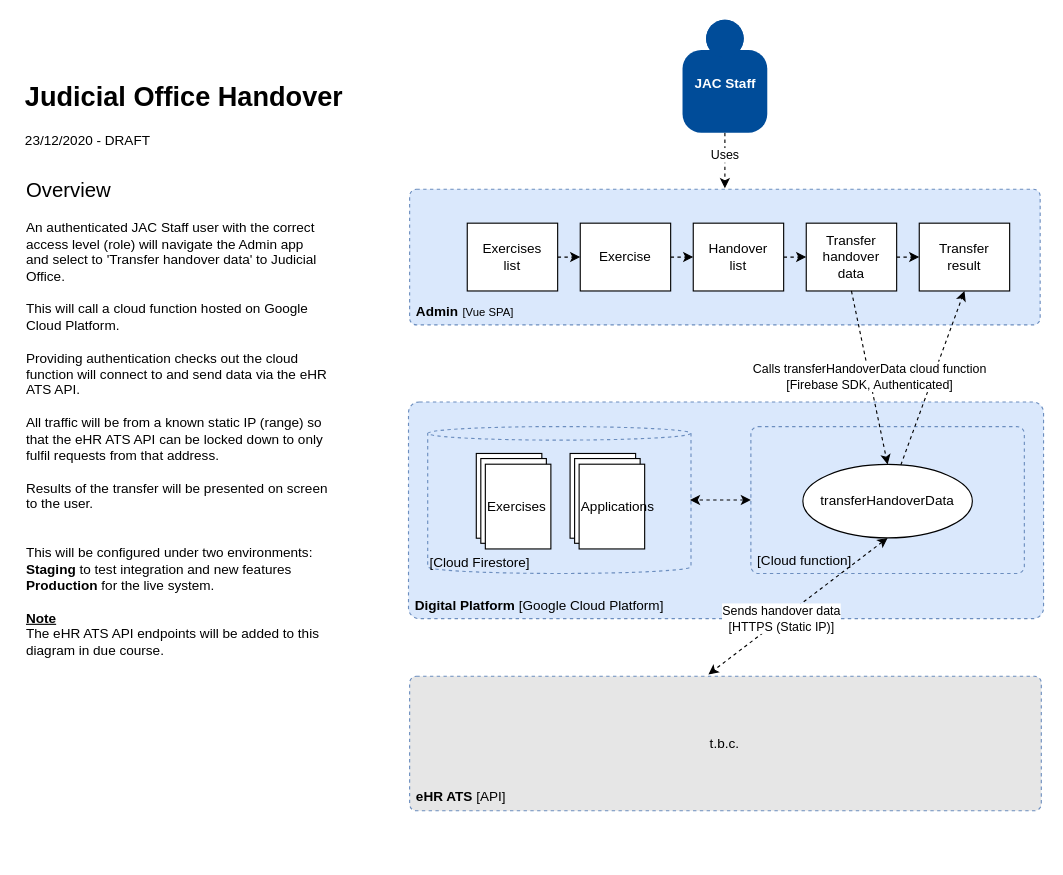
This is page "Component - JO Handover" (3 of 3) of docs/_diagrams/jac-digital-platform-architecture.drawio from jac-uk/documentation, a draw.io file, before an edit. Source tidied: cells renumbered, new cells numbered last; positions are measured from the earlier drawing's top-left corner, leaving out a move shared by most shapes. Both pictures are drawn from the tidied source at 113%, with x=0, y=0 at pixel (19, 19).
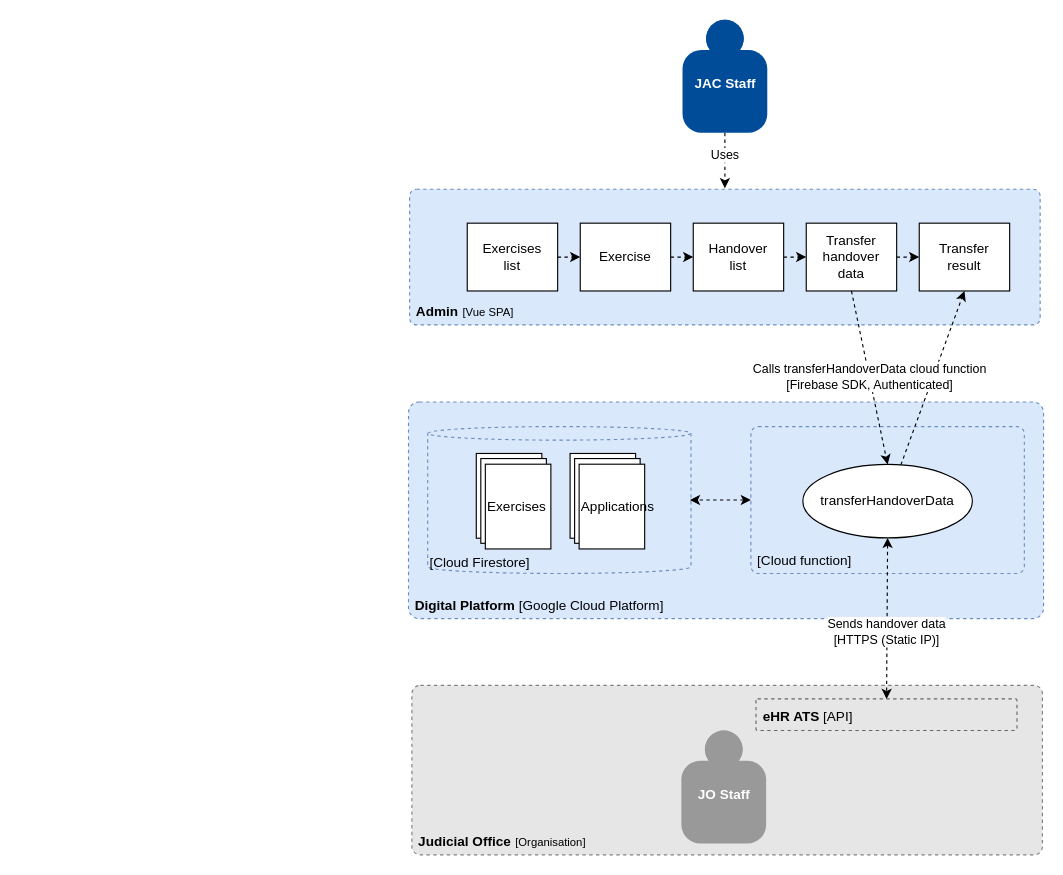
After the change.

The change refers to these unchanged cells:
```xml
<mxCell id="18" value="transferHandoverData" style="ellipse;whiteSpace=wrap;html=1;" parent="1" vertex="1">
  <mxGeometry x="693" y="393.5" width="150" height="65" as="geometry" />
</mxCell>
```

What changed in the source:
```diff
@@
-    <mxCell id="13" value="&lt;div style=&quot;text-align: left ; font-size: 14px&quot;&gt;&lt;font size=&quot;1&quot;&gt;&lt;b style=&quot;font-size: 12px ; line-height: 100%&quot;&gt;eHR ATS&lt;/b&gt;&lt;span style=&quot;font-size: 12px ; line-height: 100%&quot;&gt; [API]&lt;/span&gt;&lt;/font&gt;&lt;/div&gt;" style="rounded=1;whiteSpace=wrap;html=1;labelBackgroundColor=none;align=left;arcSize=5;verticalAlign=bottom;points=[[0.25,0,0],[0.5,0,0],[0.75,0,0],[1,0.25,0],[1,0.5,0],[1,0.75,0],[0.75,1,0],[0.5,1,0],[0.25,1,0],[0,0.75,0],[0,0.5,0],[0,0.25,0]];dashed=1;strokeWidth=1;perimeterSpacing=0;spacingLeft=4;spacingBottom=2;strokeColor=#6C8EBF;fillColor=#E6E6E6;" parent="1" vertex="1">
-      <mxGeometry x="345" y="581" width="559" height="119" as="geometry" />
-    </mxCell>
-    <mxCell id="14" value="t.b.c." style="text;html=1;strokeColor=none;fillColor=none;align=center;verticalAlign=middle;whiteSpace=wrap;rounded=0;" parent="1" vertex="1">
-      <mxGeometry x="604" y="630.5" width="40" height="20" as="geometry" />
-    </mxCell>
-    <mxCell id="15" value="&lt;h2&gt;&lt;span style=&quot;font-weight: normal&quot;&gt;Overview&lt;/span&gt;&lt;/h2&gt;&lt;div&gt;An authenticated JAC Staff user with the correct access level (role) will navigate the Admin app and select to 'Transfer handover data' to Judicial Office.&lt;/div&gt;&lt;div&gt;&lt;br&gt;&lt;/div&gt;&lt;div&gt;This will call a cloud function hosted on Google Cloud Platform.&lt;/div&gt;&lt;div&gt;&lt;br&gt;&lt;/div&gt;&lt;div&gt;Providing authentication checks out the cloud function will connect to and send data via the eHR ATS API.&lt;/div&gt;&lt;div&gt;&lt;br&gt;&lt;/div&gt;&lt;div&gt;All traffic will be from a known static IP (range) so that the eHR ATS API can be locked down to only fulfil requests from that address.&lt;/div&gt;&lt;div&gt;&lt;br&gt;&lt;/div&gt;&lt;div&gt;Results of the transfer will be presented on screen to the user.&lt;/div&gt;&lt;div&gt;&lt;br&gt;&lt;/div&gt;&lt;div&gt;&lt;br&gt;&lt;/div&gt;&lt;div&gt;This will be configured under two environments:&amp;nbsp;&lt;/div&gt;&lt;div&gt;&lt;b&gt;Staging&lt;/b&gt; to test integration and new features&amp;nbsp;&lt;/div&gt;&lt;div&gt;&lt;b&gt;Production&lt;/b&gt;&amp;nbsp;for the live system.&lt;/div&gt;&lt;div&gt;&lt;br&gt;&lt;/div&gt;&lt;div&gt;&lt;b&gt;&lt;u&gt;Note&lt;/u&gt;&lt;/b&gt;&lt;/div&gt;&lt;div&gt;The eHR ATS API endpoints will be added to this diagram in due course.&lt;/div&gt;" style="text;html=1;strokeColor=none;fillColor=none;align=left;verticalAlign=top;whiteSpace=wrap;rounded=0;" parent="1" vertex="1">
-      <mxGeometry x="4" y="119" width="270" height="479" as="geometry" />
+    <mxCell id="15" value="&lt;h2&gt;&lt;br&gt;&lt;/h2&gt;" style="text;html=1;strokeColor=none;fillColor=none;align=left;verticalAlign=top;whiteSpace=wrap;rounded=0;" parent="1" vertex="1">
+      <mxGeometry x="324" y="119" width="270" height="479" as="geometry" />
     </mxCell>
@@
-    <mxCell id="30" value="Sends handover data&lt;br&gt;[HTTPS&amp;nbsp;(Static IP)]" style="edgeStyle=none;rounded=0;jettySize=auto;html=1;entryX=0.473;entryY=-0.014;entryDx=0;entryDy=0;entryPerimeter=0;dashed=1;startArrow=classic;startFill=1;exitX=0.5;exitY=1;exitDx=0;exitDy=0;" parent="1" edge="1" source="18" target="13">
-      <mxGeometry x="0.18" relative="1" as="geometry" />
-    </mxCell>
@@
-    <mxCell id="33" value="&lt;h1&gt;Judicial Office Handover&lt;/h1&gt;&lt;div&gt;23/12/2020 - DRAFT&lt;/div&gt;" style="text;html=1;strokeColor=none;fillColor=none;spacing=5;spacingTop=-20;whiteSpace=wrap;overflow=hidden;rounded=0;align=left;" parent="1" vertex="1">
-      <mxGeometry y="49" width="470" height="70" as="geometry" />
-    </mxCell>
+    <mxCell id="34" value="&lt;div style=&quot;text-align: left&quot;&gt;&lt;font&gt;&lt;b style=&quot;font-size: 12px ; line-height: 100%&quot;&gt;Judicial Office&lt;/b&gt;&lt;b style=&quot;line-height: 100% ; font-size: 14px&quot;&gt;&amp;nbsp;&lt;/b&gt;&lt;/font&gt;&lt;span style=&quot;font-size: 10px&quot;&gt;[Organisation]&lt;/span&gt;&lt;/div&gt;" style="rounded=1;whiteSpace=wrap;html=1;labelBackgroundColor=none;align=left;arcSize=5;verticalAlign=bottom;dashed=1;strokeWidth=1;perimeterSpacing=0;spacingLeft=4;spacingBottom=2;fillColor=#E6E6E6;strokeColor=#808080;" parent="1" vertex="1">
+      <mxGeometry x="347" y="589" width="558" height="150" as="geometry" />
+    </mxCell>
+    <mxCell id="35" value="&lt;div&gt;&lt;font style=&quot;font-size: 12px&quot;&gt;&lt;b&gt;JO Staff&lt;/b&gt;&lt;/font&gt;&lt;/div&gt;&lt;div&gt;&lt;b&gt;&lt;br&gt;&lt;/b&gt;&lt;/div&gt;" style="html=1;dashed=0;whitespace=wrap;shape=mxgraph.c4.person;align=center;fontColor=#FFFFFF;strokeColor=none;fillColor=#999999;" parent="1" vertex="1">
+      <mxGeometry x="585.5" y="629" width="75" height="100" as="geometry" />
+    </mxCell>
+    <mxCell id="13" value="&lt;div style=&quot;text-align: left ; font-size: 14px&quot;&gt;&lt;font size=&quot;1&quot;&gt;&lt;b style=&quot;font-size: 12px ; line-height: 100%&quot;&gt;eHR ATS&lt;/b&gt;&lt;span style=&quot;font-size: 12px ; line-height: 100%&quot;&gt; [API]&lt;/span&gt;&lt;/font&gt;&lt;/div&gt;" style="rounded=1;whiteSpace=wrap;html=1;labelBackgroundColor=none;align=left;arcSize=5;verticalAlign=bottom;points=[[0.25,0,0],[0.5,0,0],[0.75,0,0],[1,0.25,0],[1,0.5,0],[1,0.75,0],[0.75,1,0],[0.5,1,0],[0.25,1,0],[0,0.75,0],[0,0.5,0],[0,0.25,0]];dashed=1;strokeWidth=1;perimeterSpacing=0;spacingLeft=4;spacingBottom=2;fillColor=#E6E6E6;strokeColor=#666666;" parent="1" vertex="1">
+      <mxGeometry x="651.5" y="601" width="231" height="28" as="geometry" />
+    </mxCell>
+    <mxCell id="30" value="Sends handover data&lt;br&gt;[HTTPS&amp;nbsp;(Static IP)]" style="edgeStyle=none;rounded=0;jettySize=auto;html=1;dashed=1;startArrow=classic;startFill=1;exitX=0.5;exitY=1;exitDx=0;exitDy=0;" parent="1" edge="1" source="18" target="13">
+      <mxGeometry x="0.18" relative="1" as="geometry" />
+    </mxCell>
```
